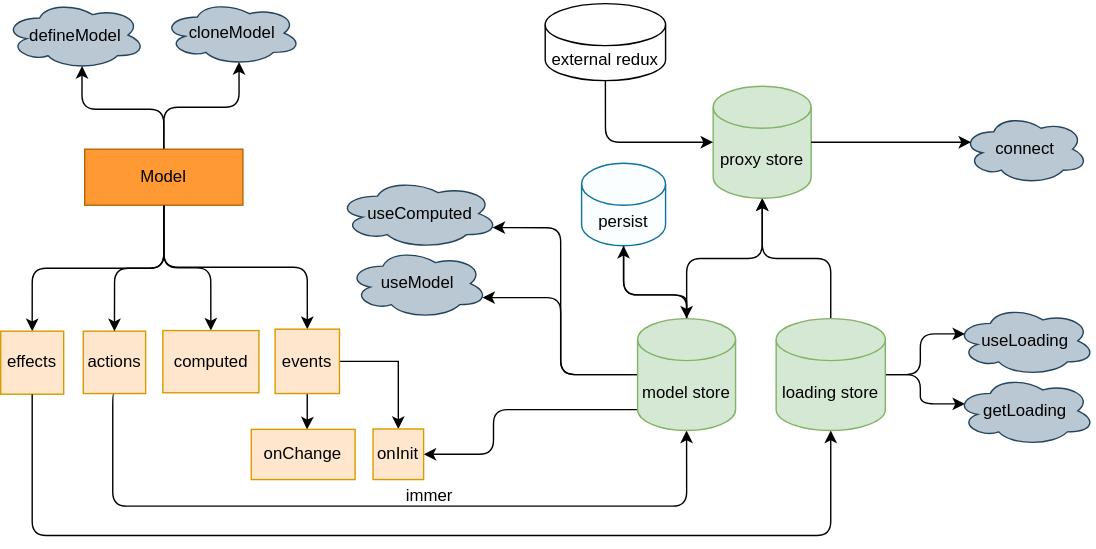
Above: docs/mindMap.svg in foca-js/foca (draw.io), before the change. Source tidied: cells renumbered, new cells last; positions are measured from the earlier drawing's top-left corner, leaving out a move shared by most shapes.
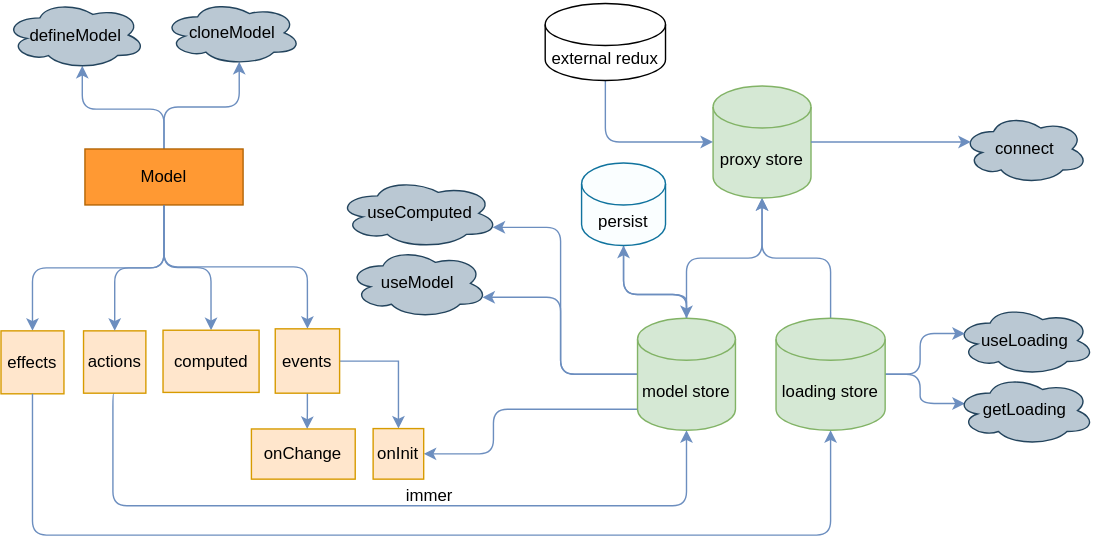
After the change.

Commit message:
chore: show line in dark mode

Diff of the diagram source:
```diff
@@ -2,7 +2,7 @@
   <root>
     <mxCell id="0" />
     <mxCell id="1" parent="0" />
-    <mxCell id="2" style="edgeStyle=orthogonalEdgeStyle;rounded=1;jettySize=auto;html=1;entryX=0.5;entryY=1;entryDx=0;entryDy=0;entryPerimeter=0;exitX=0.5;exitY=1;exitDx=0;exitDy=0;" parent="1" edge="1" source="3" target="25">
+    <mxCell id="2" style="edgeStyle=orthogonalEdgeStyle;rounded=1;jettySize=auto;html=1;entryX=0.5;entryY=1;entryDx=0;entryDy=0;entryPerimeter=0;exitX=0.5;exitY=1;exitDx=0;exitDy=0;fillColor=#dae8fc;strokeColor=#6c8ebf;" parent="1" edge="1" source="3" target="25">
       <mxGeometry relative="1" as="geometry">
         <Array as="points">
           <mxPoint x="80" y="361" />
@@ -13,19 +13,19 @@
     <mxCell id="3" value="actions" style="whiteSpace=wrap;html=1;fillColor=#ffe6cc;strokeColor=#d79b00;" parent="1" vertex="1">
       <mxGeometry x="59" y="236" width="44.5" height="44.5" as="geometry" />
     </mxCell>
-    <mxCell id="4" style="edgeStyle=orthogonalEdgeStyle;rounded=1;jettySize=auto;html=1;exitX=0.5;exitY=0;exitDx=0;exitDy=0;entryX=0.55;entryY=0.95;entryDx=0;entryDy=0;entryPerimeter=0;" parent="1" edge="1" source="9" target="32">
+    <mxCell id="4" style="edgeStyle=orthogonalEdgeStyle;rounded=1;jettySize=auto;html=1;exitX=0.5;exitY=0;exitDx=0;exitDy=0;entryX=0.55;entryY=0.95;entryDx=0;entryDy=0;entryPerimeter=0;fillColor=#dae8fc;strokeColor=#6c8ebf;" parent="1" edge="1" source="9" target="32">
       <mxGeometry relative="1" as="geometry" />
     </mxCell>
-    <mxCell id="5" style="edgeStyle=orthogonalEdgeStyle;rounded=1;jettySize=auto;html=1;entryX=0.55;entryY=0.95;entryDx=0;entryDy=0;entryPerimeter=0;" parent="1" edge="1" source="9" target="33">
+    <mxCell id="5" style="edgeStyle=orthogonalEdgeStyle;rounded=1;jettySize=auto;html=1;entryX=0.55;entryY=0.95;entryDx=0;entryDy=0;entryPerimeter=0;fillColor=#dae8fc;strokeColor=#6c8ebf;" parent="1" edge="1" source="9" target="33">
       <mxGeometry relative="1" as="geometry" />
     </mxCell>
-    <mxCell id="6" style="edgeStyle=orthogonalEdgeStyle;rounded=1;jettySize=auto;html=1;entryX=0.5;entryY=0;entryDx=0;entryDy=0;" parent="1" edge="1" source="9" target="3">
+    <mxCell id="6" style="edgeStyle=orthogonalEdgeStyle;rounded=1;jettySize=auto;html=1;entryX=0.5;entryY=0;entryDx=0;entryDy=0;fillColor=#dae8fc;strokeColor=#6c8ebf;" parent="1" edge="1" source="9" target="3">
       <mxGeometry relative="1" as="geometry" />
     </mxCell>
-    <mxCell id="7" style="edgeStyle=orthogonalEdgeStyle;rounded=1;jettySize=auto;html=1;entryX=0.5;entryY=0;entryDx=0;entryDy=0;exitX=0.5;exitY=1;exitDx=0;exitDy=0;" parent="1" edge="1" source="9" target="10">
+    <mxCell id="7" style="edgeStyle=orthogonalEdgeStyle;rounded=1;jettySize=auto;html=1;entryX=0.5;entryY=0;entryDx=0;entryDy=0;exitX=0.5;exitY=1;exitDx=0;exitDy=0;fillColor=#dae8fc;strokeColor=#6c8ebf;" parent="1" edge="1" source="9" target="10">
       <mxGeometry relative="1" as="geometry" />
     </mxCell>
-    <mxCell id="8" style="edgeStyle=orthogonalEdgeStyle;rounded=1;jettySize=auto;html=1;entryX=0.5;entryY=0;entryDx=0;entryDy=0;exitX=0.5;exitY=1;exitDx=0;exitDy=0;" parent="1" edge="1" source="9" target="13">
+    <mxCell id="8" style="edgeStyle=orthogonalEdgeStyle;rounded=1;jettySize=auto;html=1;entryX=0.5;entryY=0;entryDx=0;entryDy=0;exitX=0.5;exitY=1;exitDx=0;exitDy=0;fillColor=#dae8fc;strokeColor=#6c8ebf;" parent="1" edge="1" source="9" target="13">
       <mxGeometry relative="1" as="geometry" />
     </mxCell>
     <mxCell id="9" value="Model" style="rounded=0;whiteSpace=wrap;html=1;fillColor=#FF9933;strokeColor=#b46504;shadow=0;" parent="1" vertex="1">
@@ -34,10 +34,10 @@
     <mxCell id="10" value="effects" style="whiteSpace=wrap;html=1;fillColor=#ffe6cc;strokeColor=#d79b00;" parent="1" vertex="1">
       <mxGeometry y="236" width="45" height="45" as="geometry" />
     </mxCell>
-    <mxCell id="11" style="edgeStyle=orthogonalEdgeStyle;rounded=0;jettySize=auto;html=1;fontSize=16;" parent="1" edge="1" source="13" target="31">
+    <mxCell id="11" style="edgeStyle=orthogonalEdgeStyle;rounded=0;jettySize=auto;html=1;fontSize=16;fillColor=#dae8fc;strokeColor=#6c8ebf;" parent="1" edge="1" source="13" target="31">
       <mxGeometry relative="1" as="geometry" />
     </mxCell>
-    <mxCell id="12" style="edgeStyle=orthogonalEdgeStyle;rounded=0;jettySize=auto;html=1;entryX=0.537;entryY=0.001;entryDx=0;entryDy=0;entryPerimeter=0;" parent="1" edge="1" source="13" target="39">
+    <mxCell id="12" style="edgeStyle=orthogonalEdgeStyle;rounded=0;jettySize=auto;html=1;entryX=0.537;entryY=0.001;entryDx=0;entryDy=0;entryPerimeter=0;fillColor=#dae8fc;strokeColor=#6c8ebf;" parent="1" edge="1" source="13" target="39">
       <mxGeometry relative="1" as="geometry" />
     </mxCell>
     <mxCell id="13" value="events" style="whiteSpace=wrap;html=1;fillColor=#ffe6cc;strokeColor=#d79b00;" parent="1" vertex="1">
@@ -49,19 +49,19 @@
     <mxCell id="15" value="useLoading" style="ellipse;shape=cloud;whiteSpace=wrap;html=1;shadow=0;strokeColor=#23445d;fillColor=#bac8d3;" parent="1" vertex="1">
       <mxGeometry x="682" y="217.9" width="100" height="50" as="geometry" />
     </mxCell>
-    <mxCell id="16" style="edgeStyle=orthogonalEdgeStyle;rounded=1;jettySize=auto;html=1;entryX=0.07;entryY=0.4;entryDx=0;entryDy=0;entryPerimeter=0;" parent="1" edge="1" source="19" target="27">
+    <mxCell id="16" style="edgeStyle=orthogonalEdgeStyle;rounded=1;jettySize=auto;html=1;entryX=0.07;entryY=0.4;entryDx=0;entryDy=0;entryPerimeter=0;fillColor=#dae8fc;strokeColor=#6c8ebf;" parent="1" edge="1" source="19" target="27">
       <mxGeometry relative="1" as="geometry" />
     </mxCell>
-    <mxCell id="17" style="edgeStyle=orthogonalEdgeStyle;rounded=1;jettySize=auto;html=1;entryX=0.07;entryY=0.4;entryDx=0;entryDy=0;entryPerimeter=0;" parent="1" edge="1" source="19" target="15">
+    <mxCell id="17" style="edgeStyle=orthogonalEdgeStyle;rounded=1;jettySize=auto;html=1;entryX=0.07;entryY=0.4;entryDx=0;entryDy=0;entryPerimeter=0;fillColor=#dae8fc;strokeColor=#6c8ebf;" parent="1" edge="1" source="19" target="15">
       <mxGeometry relative="1" as="geometry" />
     </mxCell>
-    <mxCell id="18" style="edgeStyle=orthogonalEdgeStyle;rounded=1;jettySize=auto;html=1;" parent="1" edge="1" source="19" target="26">
+    <mxCell id="18" style="edgeStyle=orthogonalEdgeStyle;rounded=1;jettySize=auto;html=1;fillColor=#dae8fc;strokeColor=#6c8ebf;" parent="1" edge="1" source="19" target="26">
       <mxGeometry relative="1" as="geometry" />
     </mxCell>
     <mxCell id="19" value="loading store" style="shape=cylinder3;whiteSpace=wrap;html=1;boundedLbl=1;backgroundOutline=1;size=15;shadow=0;strokeColor=#82b366;fillColor=#d5e8d4;" parent="1" vertex="1">
       <mxGeometry x="554" y="227" width="78" height="80" as="geometry" />
     </mxCell>
-    <mxCell id="20" style="edgeStyle=orthogonalEdgeStyle;rounded=1;jettySize=auto;html=1;exitX=0;exitY=1;exitDx=0;exitDy=-15;exitPerimeter=0;entryX=1;entryY=0.5;entryDx=0;entryDy=0;" parent="1" edge="1" source="25" target="31">
+    <mxCell id="20" style="edgeStyle=orthogonalEdgeStyle;rounded=1;jettySize=auto;html=1;exitX=0;exitY=1;exitDx=0;exitDy=-15;exitPerimeter=0;entryX=1;entryY=0.5;entryDx=0;entryDy=0;fillColor=#dae8fc;strokeColor=#6c8ebf;" parent="1" edge="1" source="25" target="31">
       <mxGeometry relative="1" as="geometry">
         <Array as="points">
           <mxPoint x="352" y="292" />
@@ -69,7 +69,7 @@
         </Array>
       </mxGeometry>
     </mxCell>
-    <mxCell id="21" style="edgeStyle=orthogonalEdgeStyle;rounded=1;jettySize=auto;html=1;entryX=0.5;entryY=1;entryDx=0;entryDy=0;entryPerimeter=0;exitX=0.5;exitY=0;exitDx=0;exitDy=0;exitPerimeter=0;" parent="1" edge="1" source="25" target="35">
+    <mxCell id="21" style="edgeStyle=orthogonalEdgeStyle;rounded=1;jettySize=auto;html=1;entryX=0.5;entryY=1;entryDx=0;entryDy=0;entryPerimeter=0;exitX=0.5;exitY=0;exitDx=0;exitDy=0;exitPerimeter=0;fillColor=#dae8fc;strokeColor=#6c8ebf;" parent="1" edge="1" source="25" target="35">
       <mxGeometry relative="1" as="geometry">
         <Array as="points">
           <mxPoint x="490" y="210" />
@@ -77,10 +77,10 @@
         </Array>
       </mxGeometry>
     </mxCell>
-    <mxCell id="22" style="edgeStyle=orthogonalEdgeStyle;rounded=1;jettySize=auto;html=1;" parent="1" edge="1" source="25" target="26">
+    <mxCell id="22" style="edgeStyle=orthogonalEdgeStyle;rounded=1;jettySize=auto;html=1;fillColor=#dae8fc;strokeColor=#6c8ebf;" parent="1" edge="1" source="25" target="26">
       <mxGeometry relative="1" as="geometry" />
     </mxCell>
-    <mxCell id="23" style="edgeStyle=orthogonalEdgeStyle;rounded=1;jettySize=auto;html=1;entryX=0.96;entryY=0.7;entryDx=0;entryDy=0;entryPerimeter=0;" parent="1" edge="1" source="25" target="28">
+    <mxCell id="23" style="edgeStyle=orthogonalEdgeStyle;rounded=1;jettySize=auto;html=1;entryX=0.96;entryY=0.7;entryDx=0;entryDy=0;entryPerimeter=0;fillColor=#dae8fc;strokeColor=#6c8ebf;" parent="1" edge="1" source="25" target="28">
       <mxGeometry relative="1" as="geometry">
         <Array as="points">
           <mxPoint x="400" y="267" />
@@ -88,7 +88,7 @@
         </Array>
       </mxGeometry>
     </mxCell>
-    <mxCell id="24" style="edgeStyle=orthogonalEdgeStyle;rounded=1;jettySize=auto;html=1;entryX=0.96;entryY=0.7;entryDx=0;entryDy=0;entryPerimeter=0;" parent="1" edge="1" source="25" target="42">
+    <mxCell id="24" style="edgeStyle=orthogonalEdgeStyle;rounded=1;jettySize=auto;html=1;entryX=0.96;entryY=0.7;entryDx=0;entryDy=0;entryPerimeter=0;fillColor=#dae8fc;strokeColor=#6c8ebf;" parent="1" edge="1" source="25" target="42">
       <mxGeometry relative="1" as="geometry">
         <Array as="points">
           <mxPoint x="400" y="267" />
@@ -108,37 +108,39 @@
     <mxCell id="28" value="useModel" style="ellipse;shape=cloud;whiteSpace=wrap;html=1;shadow=0;strokeColor=#23445d;fillColor=#bac8d3;" parent="1" vertex="1">
       <mxGeometry x="248.1" y="177" width="100" height="50" as="geometry" />
     </mxCell>
-    <mxCell id="29" style="edgeStyle=elbowEdgeStyle;elbow=horizontal;endArrow=classic;html=1;rounded=1;exitX=0.5;exitY=1;exitDx=0;exitDy=0;entryX=0.5;entryY=1;entryDx=0;entryDy=0;entryPerimeter=0;" parent="1" edge="1" source="10" target="19">
+    <mxCell id="29" style="edgeStyle=elbowEdgeStyle;elbow=horizontal;endArrow=classic;html=1;rounded=1;exitX=0.5;exitY=1;exitDx=0;exitDy=0;entryX=0.5;entryY=1;entryDx=0;entryDy=0;entryPerimeter=0;fillColor=#dae8fc;strokeColor=#6c8ebf;" parent="1" edge="1" source="10" target="19">
       <mxGeometry relative="1" as="geometry">
         <Array as="points">
           <mxPoint x="326" y="382" />
         </Array>
       </mxGeometry>
     </mxCell>
-    <mxCell id="30" style="endArrow=classic;html=1;rounded=1;entryX=0.07;entryY=0.4;entryDx=0;entryDy=0;entryPerimeter=0;exitX=1;exitY=0.5;exitDx=0;exitDy=0;exitPerimeter=0;" parent="1" edge="1" source="26" target="14">
+    <mxCell id="30" style="endArrow=classic;html=1;rounded=1;entryX=0.07;entryY=0.4;entryDx=0;entryDy=0;entryPerimeter=0;exitX=1;exitY=0.5;exitDx=0;exitDy=0;exitPerimeter=0;fillColor=#dae8fc;strokeColor=#6c8ebf;" parent="1" edge="1" source="26" target="14">
       <mxGeometry relative="1" as="geometry" />
     </mxCell>
     <mxCell id="31" value="onInit" style="whiteSpace=wrap;html=1;fillColor=#ffe6cc;strokeColor=#d79b00;" parent="1" vertex="1">
       <mxGeometry x="266" y="305.9" width="36.1" height="36.1" as="geometry" />
     </mxCell>
     <mxCell id="32" value="defineModel" style="ellipse;shape=cloud;whiteSpace=wrap;html=1;fillColor=#bac8d3;rounded=0;shadow=0;strokeColor=#23445d;" parent="1" vertex="1">
-      <mxGeometry x="2.6" width="101" height="49" as="geometry" />
+      <mxGeometry x="2.5" width="101" height="49" as="geometry" />
     </mxCell>
     <mxCell id="33" value="cloneModel" style="ellipse;shape=cloud;whiteSpace=wrap;html=1;fillColor=#bac8d3;strokeColor=#23445d;" parent="1" vertex="1">
       <mxGeometry x="115.8" width="99" height="46" as="geometry" />
     </mxCell>
-    <mxCell id="34" style="edgeStyle=orthogonalEdgeStyle;rounded=1;jettySize=auto;html=1;exitX=0.5;exitY=1;exitDx=0;exitDy=0;exitPerimeter=0;entryX=0.5;entryY=0;entryDx=0;entryDy=0;entryPerimeter=0;" parent="1" edge="1" source="35" target="25">
-      <mxGeometry relative="1" as="geometry">
-        <Array as="points">
-          <mxPoint x="445" y="210" />
-          <mxPoint x="490" y="210" />
-        </Array>
-      </mxGeometry>
-    </mxCell>
+    <mxCell id="43" style="edgeStyle=orthogonalEdgeStyle;rounded=1;orthogonalLoop=1;jettySize=auto;html=1;exitX=0.5;exitY=1;exitDx=0;exitDy=0;exitPerimeter=0;entryX=0.5;entryY=0;entryDx=0;entryDy=0;entryPerimeter=0;fillColor=#dae8fc;strokeColor=#6c8ebf;" parent="1" edge="1">
+      <mxGeometry relative="1" as="geometry">
+        <mxPoint x="445" y="175" as="sourcePoint" />
+        <mxPoint x="490" y="227" as="targetPoint" />
+        <Array as="points">
+          <mxPoint x="445" y="210" />
+          <mxPoint x="490" y="210" />
+        </Array>
+      </mxGeometry>
+    </mxCell>
     <mxCell id="35" value="persist" style="shape=cylinder3;whiteSpace=wrap;html=1;boundedLbl=1;backgroundOutline=1;size=15;fillColor=#FAFEFF;strokeColor=#10739e;sketch=0;" parent="1" vertex="1">
       <mxGeometry x="415" y="116" width="60" height="59" as="geometry" />
     </mxCell>
-    <mxCell id="36" style="edgeStyle=orthogonalEdgeStyle;rounded=1;jettySize=auto;html=1;entryX=0;entryY=0.5;entryDx=0;entryDy=0;entryPerimeter=0;exitX=0.5;exitY=1;exitDx=0;exitDy=0;exitPerimeter=0;" parent="1" edge="1" source="37" target="26">
+    <mxCell id="36" style="edgeStyle=orthogonalEdgeStyle;rounded=1;jettySize=auto;html=1;entryX=0;entryY=0.5;entryDx=0;entryDy=0;entryPerimeter=0;exitX=0.5;exitY=1;exitDx=0;exitDy=0;exitPerimeter=0;fillColor=#dae8fc;strokeColor=#6c8ebf;" parent="1" edge="1" source="37" target="26">
       <mxGeometry relative="1" as="geometry" />
     </mxCell>
     <mxCell id="37" value="external redux" style="shape=cylinder3;whiteSpace=wrap;html=1;boundedLbl=1;backgroundOutline=1;size=15;" parent="1" vertex="1">
@@ -150,7 +152,7 @@
     <mxCell id="39" value="&lt;span&gt;onChange&lt;/span&gt;" style="whiteSpace=wrap;html=1;fillColor=#ffe6cc;strokeColor=#d79b00;" parent="1" vertex="1">
       <mxGeometry x="179" y="306.1" width="74.2" height="35.9" as="geometry" />
     </mxCell>
-    <mxCell id="40" style="edgeStyle=orthogonalEdgeStyle;rounded=1;jettySize=auto;html=1;exitX=0.5;exitY=1;exitDx=0;exitDy=0;entryX=0.5;entryY=0;entryDx=0;entryDy=0;" parent="1" edge="1" source="9" target="41">
+    <mxCell id="40" style="edgeStyle=orthogonalEdgeStyle;rounded=1;jettySize=auto;html=1;exitX=0.5;exitY=1;exitDx=0;exitDy=0;entryX=0.5;entryY=0;entryDx=0;entryDy=0;fillColor=#dae8fc;strokeColor=#6c8ebf;" parent="1" edge="1" source="9" target="41">
       <mxGeometry relative="1" as="geometry" />
     </mxCell>
     <mxCell id="41" value="computed&lt;br&gt;" style="whiteSpace=wrap;html=1;fillColor=#ffe6cc;strokeColor=#d79b00;" parent="1" vertex="1">
```
